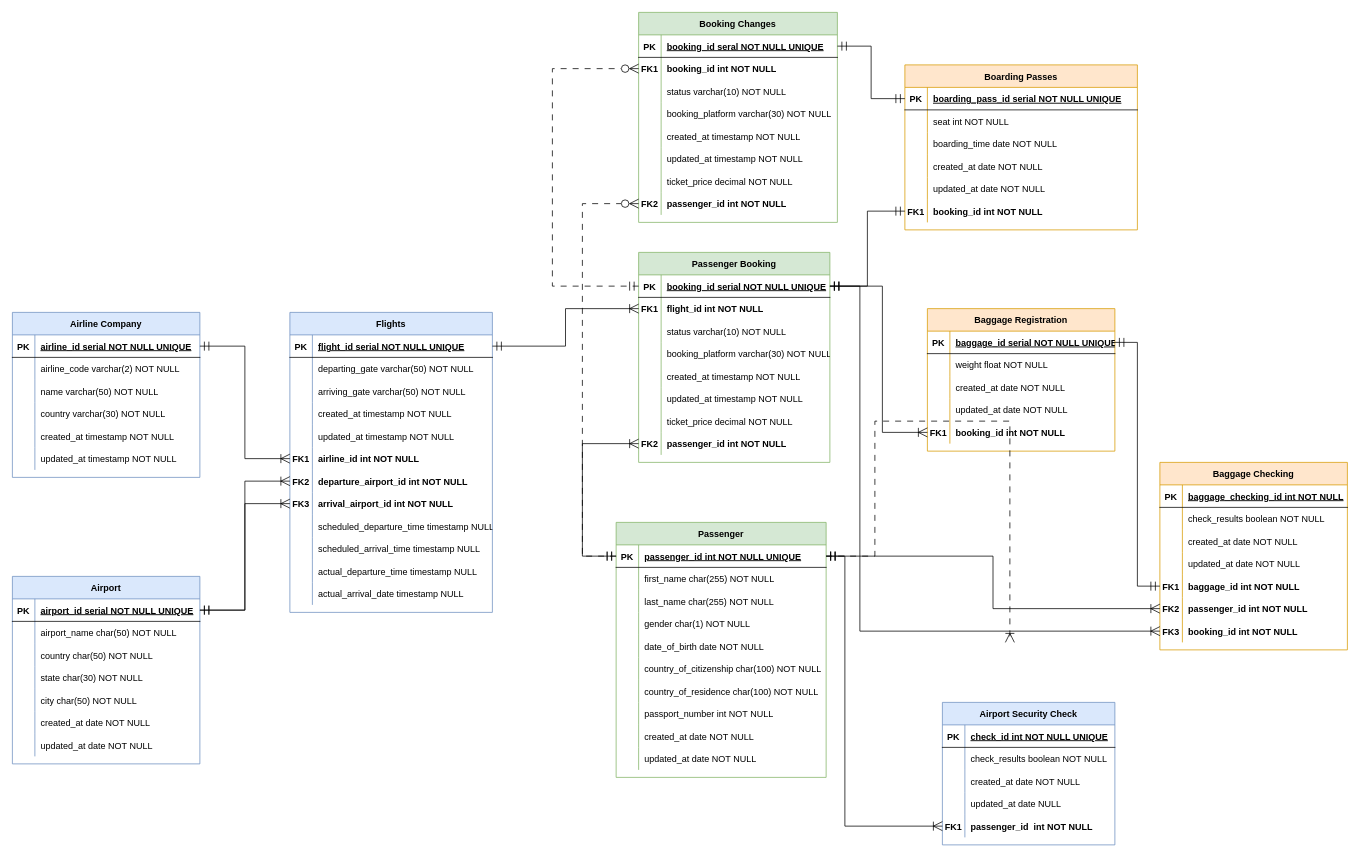
The draw.io diagram Assignment1-DBMS.drawio in AnyokaCS/DBMS, before the edit. Source tidied: cells renumbered, new cells numbered last; positions are measured from the earlier drawing's top-left corner, leaving out a move shared by most shapes. Both pictures are drawn from the tidied source at 75%, with x=0, y=0 at pixel (12, 12).
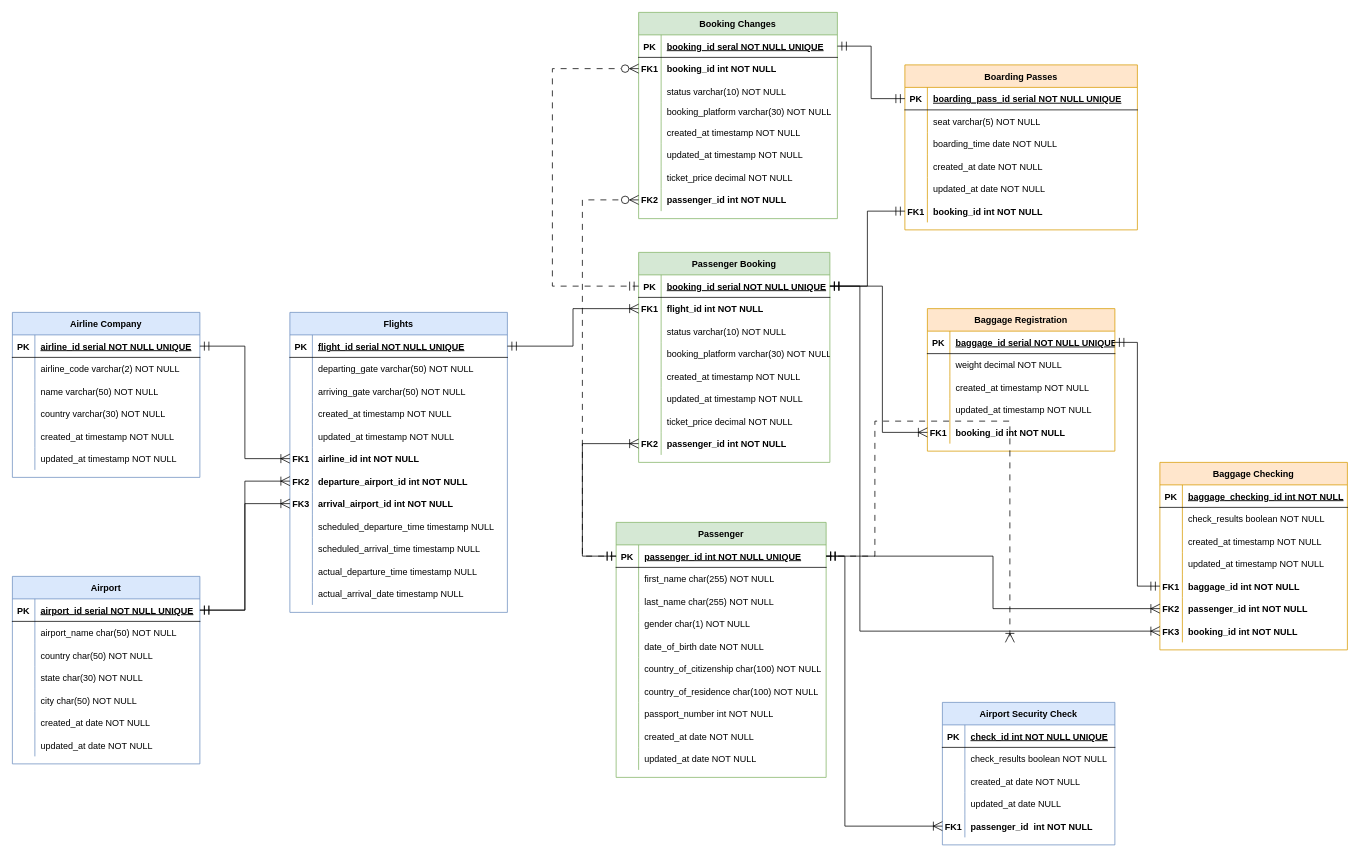
The same page after the edit.

The change refers to these unchanged cells:
```xml
<mxCell id="172" style="shape=partialRectangle;fillColor=none;top=0;left=0;right=0;bottom=0;" parent="168" vertex="1">
  <mxGeometry y="60" width="310" height="30" as="geometry" />
</mxCell>
<mxCell id="193" style="shape=partialRectangle;fillColor=none;top=0;left=0;right=0;bottom=0;" parent="189" vertex="1">
  <mxGeometry y="60" width="250" height="30" as="geometry" />
</mxCell>
<mxCell id="196" style="shape=partialRectangle;fillColor=none;top=0;left=0;right=0;bottom=0;" parent="189" vertex="1">
  <mxGeometry y="90" width="250" height="30" as="geometry" />
</mxCell>
<mxCell id="199" style="shape=partialRectangle;fillColor=none;top=0;left=0;right=0;bottom=0;" parent="189" vertex="1">
  <mxGeometry y="120" width="250" height="30" as="geometry" />
</mxCell>
<mxCell id="231" style="shape=partialRectangle;fillColor=none;top=0;left=0;right=0;bottom=0;" parent="224" vertex="1">
  <mxGeometry y="90" width="250" height="30" as="geometry" />
</mxCell>
<mxCell id="234" style="shape=partialRectangle;fillColor=none;top=0;left=0;right=0;bottom=0;" parent="224" vertex="1">
  <mxGeometry y="120" width="250" height="30" as="geometry" />
</mxCell>
```

What changed in the source:
```diff
@@
     <mxCell id="2" value="Flights" style="shape=table;startSize=30;childLayout=tableLayout;rowLines=0;fontStyle=1;align=center;fillColor=#dae8fc;strokeColor=#6c8ebf;" parent="1" vertex="1">
-      <mxGeometry x="370" y="400" width="270" height="400" as="geometry" />
+      <mxGeometry x="370" y="400" width="290" height="400" as="geometry" />
     </mxCell>
     <mxCell id="3" style="shape=partialRectangle;fillColor=none;points=[[0,0.5],[1,0.5]];portConstraint=eastwest;top=0;left=0;right=0;bottom=1;" parent="2" vertex="1">
-      <mxGeometry y="30" width="270" height="30" as="geometry" />
+      <mxGeometry y="30" width="290" height="30" as="geometry" />
     </mxCell>
@@
     <mxCell id="5" value="flight_id serial NOT NULL UNIQUE" style="shape=partialRectangle;overflow=hidden;fillColor=none;top=0;left=0;bottom=0;right=0;align=left;spacingLeft=6;fontStyle=5;" parent="3" vertex="1">
-      <mxGeometry x="30" width="240" height="30" as="geometry" />
+      <mxGeometry x="30" width="260" height="30" as="geometry" />
     </mxCell>
     <mxCell id="6" style="shape=partialRectangle;fillColor=none;top=0;left=0;right=0;bottom=0;" parent="2" vertex="1">
-      <mxGeometry y="60" width="270" height="30" as="geometry" />
+      <mxGeometry y="60" width="290" height="30" as="geometry" />
     </mxCell>
@@
     <mxCell id="8" value="departing_gate varchar(50) NOT NULL" style="shape=partialRectangle;overflow=hidden;fillColor=none;top=0;left=0;bottom=0;right=0;align=left;spacingLeft=6;" parent="6" vertex="1">
-      <mxGeometry x="30" width="240" height="30" as="geometry" />
+      <mxGeometry x="30" width="260" height="30" as="geometry" />
     </mxCell>
     <mxCell id="9" style="shape=partialRectangle;fillColor=none;top=0;left=0;right=0;bottom=0;" parent="2" vertex="1">
-      <mxGeometry y="90" width="270" height="30" as="geometry" />
+      <mxGeometry y="90" width="290" height="30" as="geometry" />
     </mxCell>
@@
     <mxCell id="11" value="arriving_gate varchar(50) NOT NULL" style="shape=partialRectangle;overflow=hidden;fillColor=none;top=0;left=0;bottom=0;right=0;align=left;spacingLeft=6;" parent="9" vertex="1">
-      <mxGeometry x="30" width="240" height="30" as="geometry" />
+      <mxGeometry x="30" width="260" height="30" as="geometry" />
     </mxCell>
     <mxCell id="12" style="shape=partialRectangle;fillColor=none;top=0;left=0;right=0;bottom=0;" parent="2" vertex="1">
-      <mxGeometry y="120" width="270" height="30" as="geometry" />
+      <mxGeometry y="120" width="290" height="30" as="geometry" />
     </mxCell>
@@
     <mxCell id="14" value="created_at timestamp NOT NULL" style="shape=partialRectangle;overflow=hidden;fillColor=none;top=0;left=0;bottom=0;right=0;align=left;spacingLeft=6;" parent="12" vertex="1">
-      <mxGeometry x="30" width="240" height="30" as="geometry" />
+      <mxGeometry x="30" width="260" height="30" as="geometry" />
     </mxCell>
     <mxCell id="15" style="shape=partialRectangle;fillColor=none;top=0;left=0;right=0;bottom=0;" parent="2" vertex="1">
-      <mxGeometry y="150" width="270" height="30" as="geometry" />
+      <mxGeometry y="150" width="290" height="30" as="geometry" />
     </mxCell>
@@
     <mxCell id="17" value="updated_at timestamp NOT NULL" style="shape=partialRectangle;overflow=hidden;fillColor=none;top=0;left=0;bottom=0;right=0;align=left;spacingLeft=6;" parent="15" vertex="1">
-      <mxGeometry x="30" width="240" height="30" as="geometry" />
+      <mxGeometry x="30" width="260" height="30" as="geometry" />
     </mxCell>
     <mxCell id="18" style="shape=partialRectangle;fillColor=none;points=[[0,0.5],[1,0.5]];portConstraint=eastwest;top=0;left=0;right=0;bottom=0;" parent="2" vertex="1">
-      <mxGeometry y="180" width="270" height="30" as="geometry" />
+      <mxGeometry y="180" width="290" height="30" as="geometry" />
     </mxCell>
@@
     <mxCell id="20" value="airline_id int NOT NULL" style="shape=partialRectangle;overflow=hidden;fillColor=none;top=0;left=0;bottom=0;right=0;align=left;spacingLeft=6;fontStyle=1;" parent="18" vertex="1">
-      <mxGeometry x="30" width="240" height="30" as="geometry" />
+      <mxGeometry x="30" width="260" height="30" as="geometry" />
     </mxCell>
     <mxCell id="21" style="shape=partialRectangle;fillColor=none;points=[[0,0.5],[1,0.5]];portConstraint=eastwest;top=0;left=0;right=0;bottom=0;" parent="2" vertex="1">
-      <mxGeometry y="210" width="270" height="30" as="geometry" />
+      <mxGeometry y="210" width="290" height="30" as="geometry" />
     </mxCell>
@@
     <mxCell id="23" value="departure_airport_id int NOT NULL" style="shape=partialRectangle;overflow=hidden;fillColor=none;top=0;left=0;bottom=0;right=0;align=left;spacingLeft=6;fontStyle=1;" parent="21" vertex="1">
-      <mxGeometry x="30" width="240" height="30" as="geometry" />
+      <mxGeometry x="30" width="260" height="30" as="geometry" />
     </mxCell>
     <mxCell id="24" style="shape=partialRectangle;fillColor=none;points=[[0,0.5],[1,0.5]];portConstraint=eastwest;top=0;left=0;right=0;bottom=0;" parent="2" vertex="1">
-      <mxGeometry y="240" width="270" height="30" as="geometry" />
+      <mxGeometry y="240" width="290" height="30" as="geometry" />
     </mxCell>
@@
     <mxCell id="26" value="arrival_airport_id int NOT NULL" style="shape=partialRectangle;overflow=hidden;fillColor=none;top=0;left=0;bottom=0;right=0;align=left;spacingLeft=6;fontStyle=1;" parent="24" vertex="1">
-      <mxGeometry x="30" width="240" height="30" as="geometry" />
+      <mxGeometry x="30" width="260" height="30" as="geometry" />
     </mxCell>
     <mxCell id="27" style="shape=partialRectangle;fillColor=none;top=0;left=0;right=0;bottom=0;" parent="2" vertex="1">
-      <mxGeometry y="270" width="270" height="30" as="geometry" />
+      <mxGeometry y="270" width="290" height="30" as="geometry" />
     </mxCell>
@@
     <mxCell id="29" value="scheduled_departure_time timestamp NULL" style="shape=partialRectangle;overflow=hidden;fillColor=none;top=0;left=0;bottom=0;right=0;align=left;spacingLeft=6;" parent="27" vertex="1">
-      <mxGeometry x="30" width="240" height="30" as="geometry" />
+      <mxGeometry x="30" width="260" height="30" as="geometry" />
     </mxCell>
     <mxCell id="30" style="shape=partialRectangle;fillColor=none;top=0;left=0;right=0;bottom=0;" parent="2" vertex="1">
-      <mxGeometry y="300" width="270" height="30" as="geometry" />
+      <mxGeometry y="300" width="290" height="30" as="geometry" />
     </mxCell>
@@
     <mxCell id="32" value="scheduled_arrival_time timestamp NULL" style="shape=partialRectangle;overflow=hidden;fillColor=none;top=0;left=0;bottom=0;right=0;align=left;spacingLeft=6;" parent="30" vertex="1">
-      <mxGeometry x="30" width="240" height="30" as="geometry" />
+      <mxGeometry x="30" width="260" height="30" as="geometry" />
     </mxCell>
     <mxCell id="33" style="shape=partialRectangle;fillColor=none;top=0;left=0;right=0;bottom=0;" parent="2" vertex="1">
-      <mxGeometry y="330" width="270" height="30" as="geometry" />
+      <mxGeometry y="330" width="290" height="30" as="geometry" />
     </mxCell>
@@
     <mxCell id="35" value="actual_departure_time timestamp NULL" style="shape=partialRectangle;overflow=hidden;fillColor=none;top=0;left=0;bottom=0;right=0;align=left;spacingLeft=6;" parent="33" vertex="1">
-      <mxGeometry x="30" width="240" height="30" as="geometry" />
+      <mxGeometry x="30" width="260" height="30" as="geometry" />
     </mxCell>
     <mxCell id="36" style="shape=partialRectangle;fillColor=none;top=0;left=0;right=0;bottom=0;" parent="2" vertex="1">
-      <mxGeometry y="360" width="270" height="30" as="geometry" />
+      <mxGeometry y="360" width="290" height="30" as="geometry" />
     </mxCell>
@@
     <mxCell id="38" value="actual_arrival_date timestamp NULL" style="shape=partialRectangle;overflow=hidden;fillColor=none;top=0;left=0;bottom=0;right=0;align=left;spacingLeft=6;" parent="36" vertex="1">
-      <mxGeometry x="30" width="240" height="30" as="geometry" />
+      <mxGeometry x="30" width="260" height="30" as="geometry" />
     </mxCell>
@@
     <mxCell id="141" value="Booking Changes" style="shape=table;startSize=30;childLayout=tableLayout;rowLines=0;fontStyle=1;align=center;fillColor=#d5e8d4;strokeColor=#82b366;" parent="1" vertex="1">
-      <mxGeometry x="835" width="265" height="280" as="geometry" />
+      <mxGeometry x="835" width="265" height="275" as="geometry" />
     </mxCell>
@@
     <mxCell id="151" style="shape=partialRectangle;fillColor=none;top=0;left=0;right=0;bottom=0;" parent="141" vertex="1">
-      <mxGeometry y="120" width="265" height="30" as="geometry" />
+      <mxGeometry y="120" width="265" height="25" as="geometry" />
     </mxCell>
     <mxCell id="152" style="shape=partialRectangle;overflow=hidden;fillColor=none;top=0;left=0;bottom=0;right=0;" parent="151" vertex="1">
-      <mxGeometry width="30" height="30" as="geometry" />
+      <mxGeometry width="30" height="25" as="geometry" />
     </mxCell>
     <mxCell id="153" value="booking_platform varchar(30) NOT NULL" style="shape=partialRectangle;overflow=hidden;fillColor=none;top=0;left=0;bottom=0;right=0;align=left;spacingLeft=6;" parent="151" vertex="1">
-      <mxGeometry x="30" width="235" height="30" as="geometry" />
+      <mxGeometry x="30" width="235" height="25" as="geometry" />
     </mxCell>
     <mxCell id="154" style="shape=partialRectangle;fillColor=none;top=0;left=0;right=0;bottom=0;" parent="141" vertex="1">
-      <mxGeometry y="150" width="265" height="30" as="geometry" />
+      <mxGeometry y="145" width="265" height="30" as="geometry" />
     </mxCell>
@@
     <mxCell id="157" style="shape=partialRectangle;fillColor=none;top=0;left=0;right=0;bottom=0;" parent="141" vertex="1">
-      <mxGeometry y="180" width="265" height="30" as="geometry" />
+      <mxGeometry y="175" width="265" height="30" as="geometry" />
     </mxCell>
@@
     <mxCell id="160" style="shape=partialRectangle;fillColor=none;top=0;left=0;right=0;bottom=0;" parent="141" vertex="1">
-      <mxGeometry y="210" width="265" height="30" as="geometry" />
+      <mxGeometry y="205" width="265" height="30" as="geometry" />
     </mxCell>
@@
     <mxCell id="163" style="shape=partialRectangle;fillColor=none;points=[[0,0.5],[1,0.5]];portConstraint=eastwest;top=0;left=0;right=0;bottom=0;" parent="141" vertex="1">
-      <mxGeometry y="240" width="265" height="30" as="geometry" />
+      <mxGeometry y="235" width="265" height="30" as="geometry" />
     </mxCell>
@@
-    <mxCell id="174" value="seat int NOT NULL" style="shape=partialRectangle;overflow=hidden;fillColor=none;top=0;left=0;bottom=0;right=0;align=left;spacingLeft=6;" parent="172" vertex="1">
+    <mxCell id="174" value="seat varchar(5) NOT NULL" style="shape=partialRectangle;overflow=hidden;fillColor=none;top=0;left=0;bottom=0;right=0;align=left;spacingLeft=6;" parent="172" vertex="1">
       <mxGeometry x="30" width="280" height="30" as="geometry" />
     </mxCell>
@@
-    <mxCell id="195" value="weight float NOT NULL" style="shape=partialRectangle;overflow=hidden;fillColor=none;top=0;left=0;bottom=0;right=0;align=left;spacingLeft=6;" parent="193" vertex="1">
+    <mxCell id="195" value="weight decimal NOT NULL" style="shape=partialRectangle;overflow=hidden;fillColor=none;top=0;left=0;bottom=0;right=0;align=left;spacingLeft=6;" parent="193" vertex="1">
       <mxGeometry x="30" width="220" height="30" as="geometry" />
     </mxCell>
@@
-    <mxCell id="198" value="created_at date NOT NULL" style="shape=partialRectangle;overflow=hidden;fillColor=none;top=0;left=0;bottom=0;right=0;align=left;spacingLeft=6;" parent="196" vertex="1">
+    <mxCell id="198" value="created_at timestamp NOT NULL" style="shape=partialRectangle;overflow=hidden;fillColor=none;top=0;left=0;bottom=0;right=0;align=left;spacingLeft=6;" parent="196" vertex="1">
       <mxGeometry x="30" width="220" height="30" as="geometry" />
     </mxCell>
@@
-    <mxCell id="201" value="updated_at date NOT NULL" style="shape=partialRectangle;overflow=hidden;fillColor=none;top=0;left=0;bottom=0;right=0;align=left;spacingLeft=6;" parent="199" vertex="1">
+    <mxCell id="201" value="updated_at timestamp NOT NULL" style="shape=partialRectangle;overflow=hidden;fillColor=none;top=0;left=0;bottom=0;right=0;align=left;spacingLeft=6;" parent="199" vertex="1">
       <mxGeometry x="30" width="220" height="30" as="geometry" />
     </mxCell>
@@
-    <mxCell id="233" value="created_at date NOT NULL" style="shape=partialRectangle;overflow=hidden;fillColor=none;top=0;left=0;bottom=0;right=0;align=left;spacingLeft=6;" parent="231" vertex="1">
+    <mxCell id="233" value="created_at timestamp NOT NULL" style="shape=partialRectangle;overflow=hidden;fillColor=none;top=0;left=0;bottom=0;right=0;align=left;spacingLeft=6;" parent="231" vertex="1">
       <mxGeometry x="30" width="220" height="30" as="geometry" />
     </mxCell>
@@
-    <mxCell id="236" value="updated_at date NOT NULL" style="shape=partialRectangle;overflow=hidden;fillColor=none;top=0;left=0;bottom=0;right=0;align=left;spacingLeft=6;" parent="234" vertex="1">
+    <mxCell id="236" value="updated_at timestamp NOT NULL" style="shape=partialRectangle;overflow=hidden;fillColor=none;top=0;left=0;bottom=0;right=0;align=left;spacingLeft=6;" parent="234" vertex="1">
       <mxGeometry x="30" width="220" height="30" as="geometry" />
     </mxCell>
```
